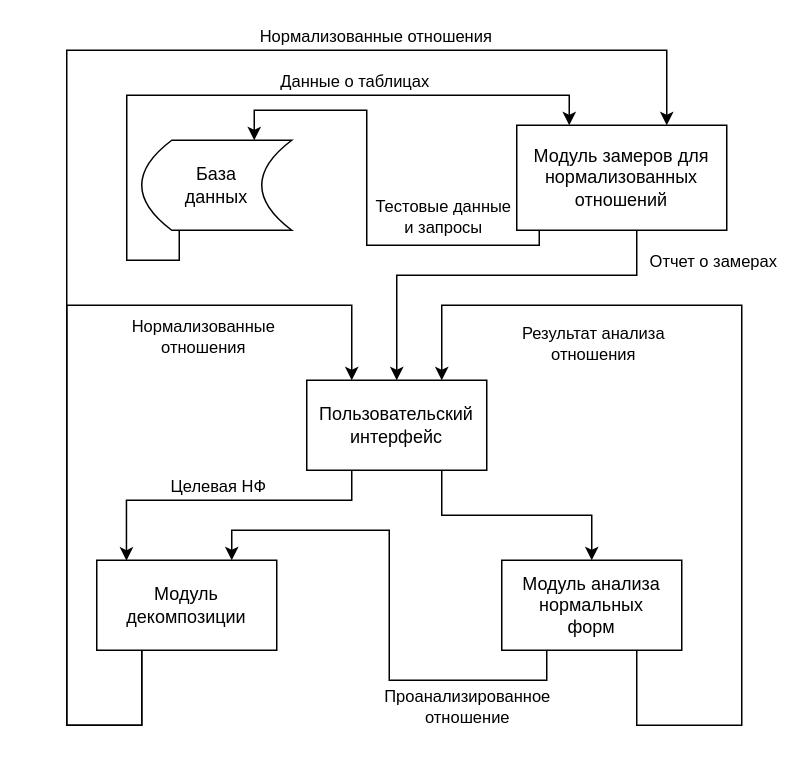
The draw.io diagram схема_данных.drawio in sampletext117/auto_normalization, before the edit. Source tidied: cells renumbered, new cells numbered last; positions are measured from the earlier drawing's top-left corner, leaving out a move shared by most shapes. Both pictures are drawn from the tidied source at 150%, with x=0, y=0 at pixel (66, 50).
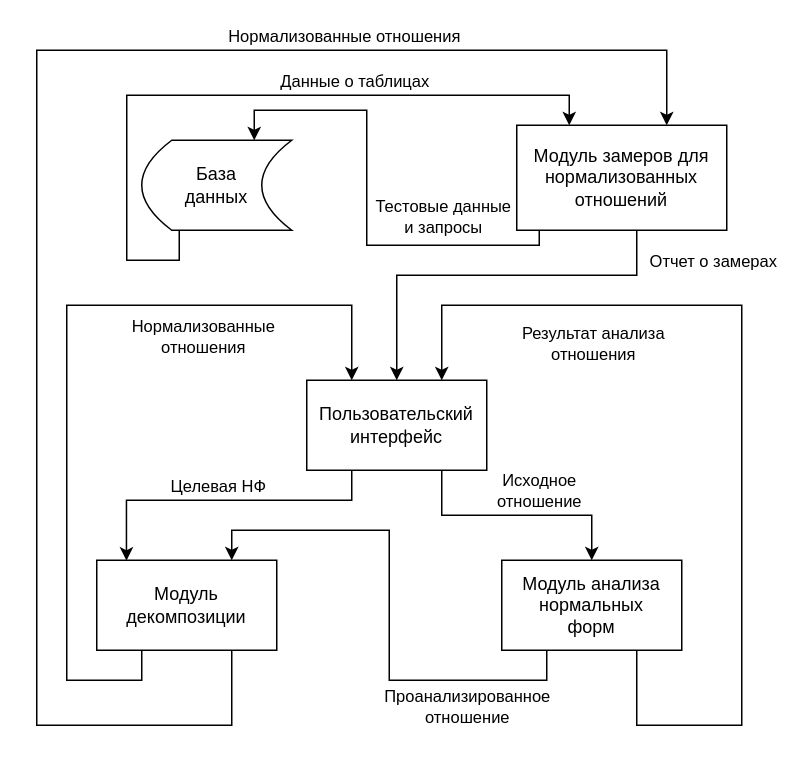
Above is the later version.

The change refers to these unchanged cells:
```xml
<mxCell id="2" style="edgeStyle=orthogonalEdgeStyle;rounded=0;jettySize=auto;html=1;entryX=0.5;entryY=0;entryDx=0;entryDy=0;exitX=0.75;exitY=1;exitDx=0;exitDy=0;" parent="1" edge="1" source="5" target="10">
  <mxGeometry relative="1" as="geometry" />
</mxCell>
<mxCell id="5" value="Пользовательский&lt;div&gt;интерфейс&lt;/div&gt;" style="rounded=0;whiteSpace=wrap;html=1;" parent="1" vertex="1">
  <mxGeometry x="160" y="220" width="120" height="60" as="geometry" />
</mxCell>
<mxCell id="14" value="Модуль декомпозиции" style="rounded=0;whiteSpace=wrap;html=1;" parent="1" vertex="1">
  <mxGeometry x="20" y="340" width="120" height="60" as="geometry" />
</mxCell>
<mxCell id="17" value="Модуль замеров для нормализованных отношений" style="rounded=0;whiteSpace=wrap;html=1;" parent="1" vertex="1">
  <mxGeometry x="300" y="50" width="140" height="70" as="geometry" />
</mxCell>
```

The edit, as a diff of the source:
```diff
@@
+    <mxCell id="24" value="Исходное&lt;div&gt;отношение&lt;/div&gt;" style="edgeLabel;html=1;align=center;verticalAlign=middle;" parent="2" vertex="1">
+      <mxGeometry x="0.18" y="-1" relative="1" as="geometry">
+        <mxPoint y="-18" as="offset" />
+      </mxGeometry>
+    </mxCell>
@@
     <mxCell id="11" style="edgeStyle=orthogonalEdgeStyle;rounded=0;jettySize=auto;html=1;entryX=0.25;entryY=0;entryDx=0;entryDy=0;exitX=0.25;exitY=1;exitDx=0;exitDy=0;" parent="1" edge="1" source="14" target="5">
       <mxGeometry relative="1" as="geometry">
         <Array as="points">
-          <mxPoint x="50" y="450" />
-          <mxPoint y="450" />
+          <mxPoint x="50" y="420" />
+          <mxPoint y="420" />
           <mxPoint y="170" />
           <mxPoint x="190" y="170" />
         </Array>
       </mxGeometry>
     </mxCell>
-    <mxCell id="12" style="edgeStyle=orthogonalEdgeStyle;rounded=0;jettySize=auto;html=1;exitX=0.25;exitY=1;exitDx=0;exitDy=0;" parent="1" edge="1" source="14" target="17">
+    <mxCell id="12" style="edgeStyle=orthogonalEdgeStyle;rounded=0;jettySize=auto;html=1;exitX=0.75;exitY=1;exitDx=0;exitDy=0;" parent="1" edge="1" source="14" target="17">
       <mxGeometry relative="1" as="geometry">
         <Array as="points">
-          <mxPoint x="50" y="450" />
-          <mxPoint y="450" />
-          <mxPoint />
+          <mxPoint x="110" y="450" />
+          <mxPoint x="-20" y="450" />
+          <mxPoint x="-20" />
           <mxPoint x="400" />
         </Array>
       </mxGeometry>
     </mxCell>
```
